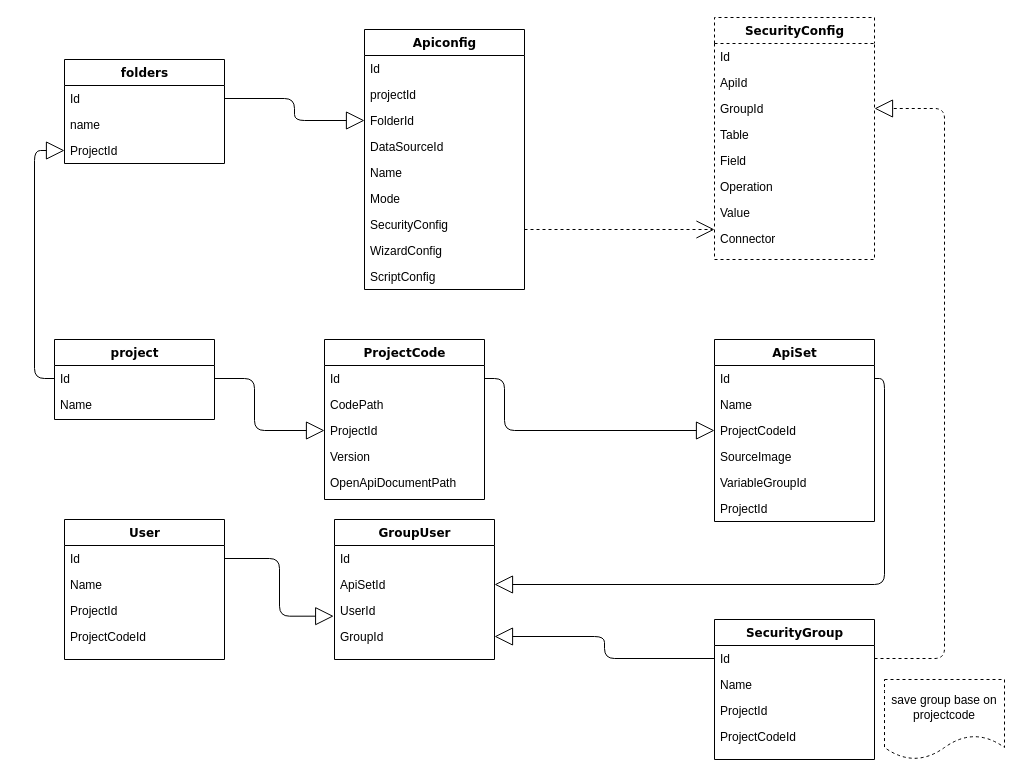
Before: Untitled Diagram.drawio in JohnXu/JohnDiagrams, a draw.io diagram. Source tidied: cells renumbered, new cells numbered last; positions are measured from the earlier drawing's top-left corner, leaving out a move shared by most shapes. Both pictures are drawn from the tidied source at 100%, with x=0, y=0 at pixel (34, 17).
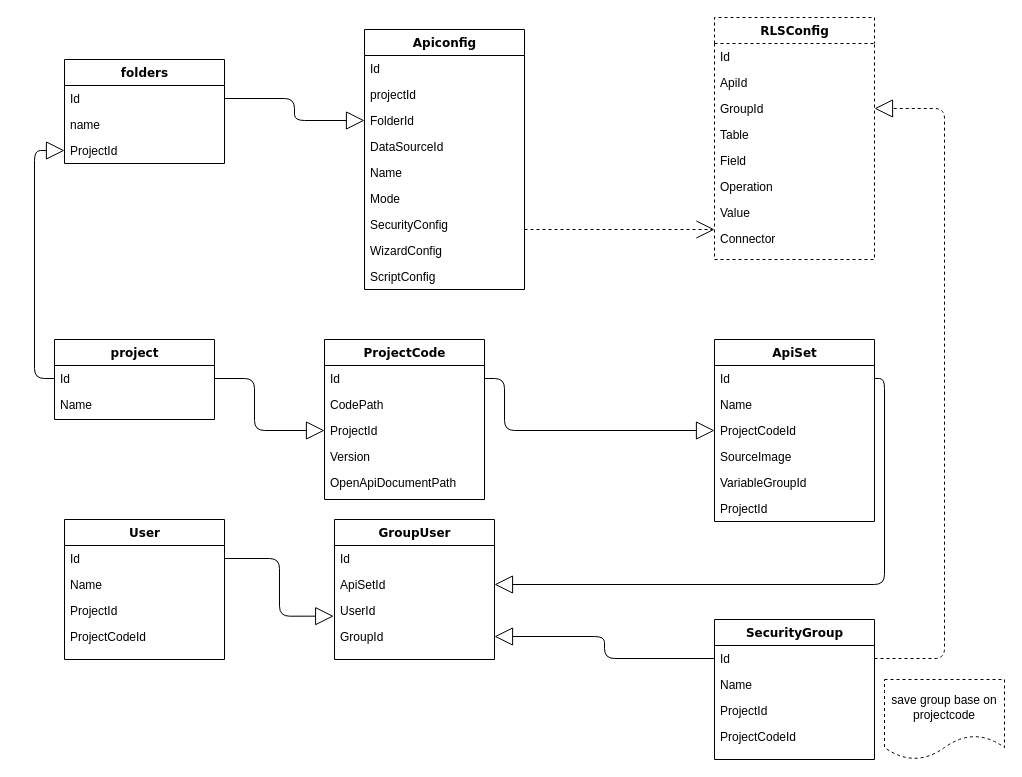
The same page after the edit.

Change to the diagram source:
```diff
@@
-    <mxCell id="15" value="SecurityConfig" style="swimlane;html=1;fontStyle=1;align=center;verticalAlign=top;horizontal=1;startSize=26;swimlaneFillColor=#ffffff;rounded=0;shadow=0;comic=0;labelBackgroundColor=none;strokeWidth=1;fillColor=none;fontFamily=Verdana;fontSize=12;dashed=1;" parent="1" vertex="1">
+    <mxCell id="15" value="RLSConfig" style="swimlane;html=1;fontStyle=1;align=center;verticalAlign=top;horizontal=1;startSize=26;swimlaneFillColor=#ffffff;rounded=0;shadow=0;comic=0;labelBackgroundColor=none;strokeWidth=1;fillColor=none;fontFamily=Verdana;fontSize=12;dashed=1;" parent="1" vertex="1">
       <mxGeometry x="680" width="160" height="242" as="geometry" />
     </mxCell>
```
